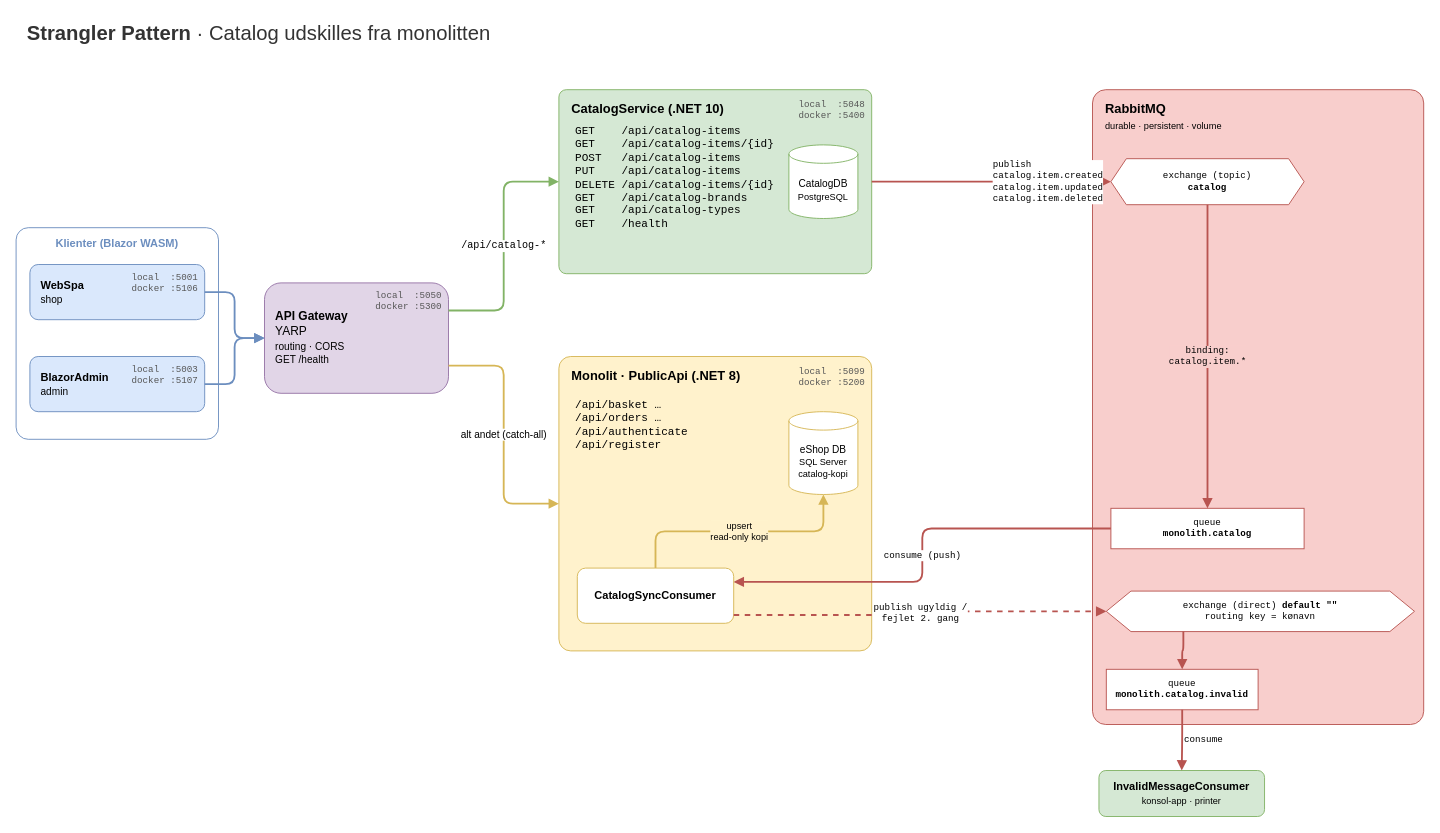
Before: docs/architecture.drawio in RasmusRosengaard/eShopWebHeadless, a draw.io diagram. Source tidied: cells renumbered, new cells numbered last; positions are measured from the earlier drawing's top-left corner, leaving out a move shared by most shapes. Both pictures are drawn from the tidied source at 92%, with x=0, y=0 at pixel (16, 16).
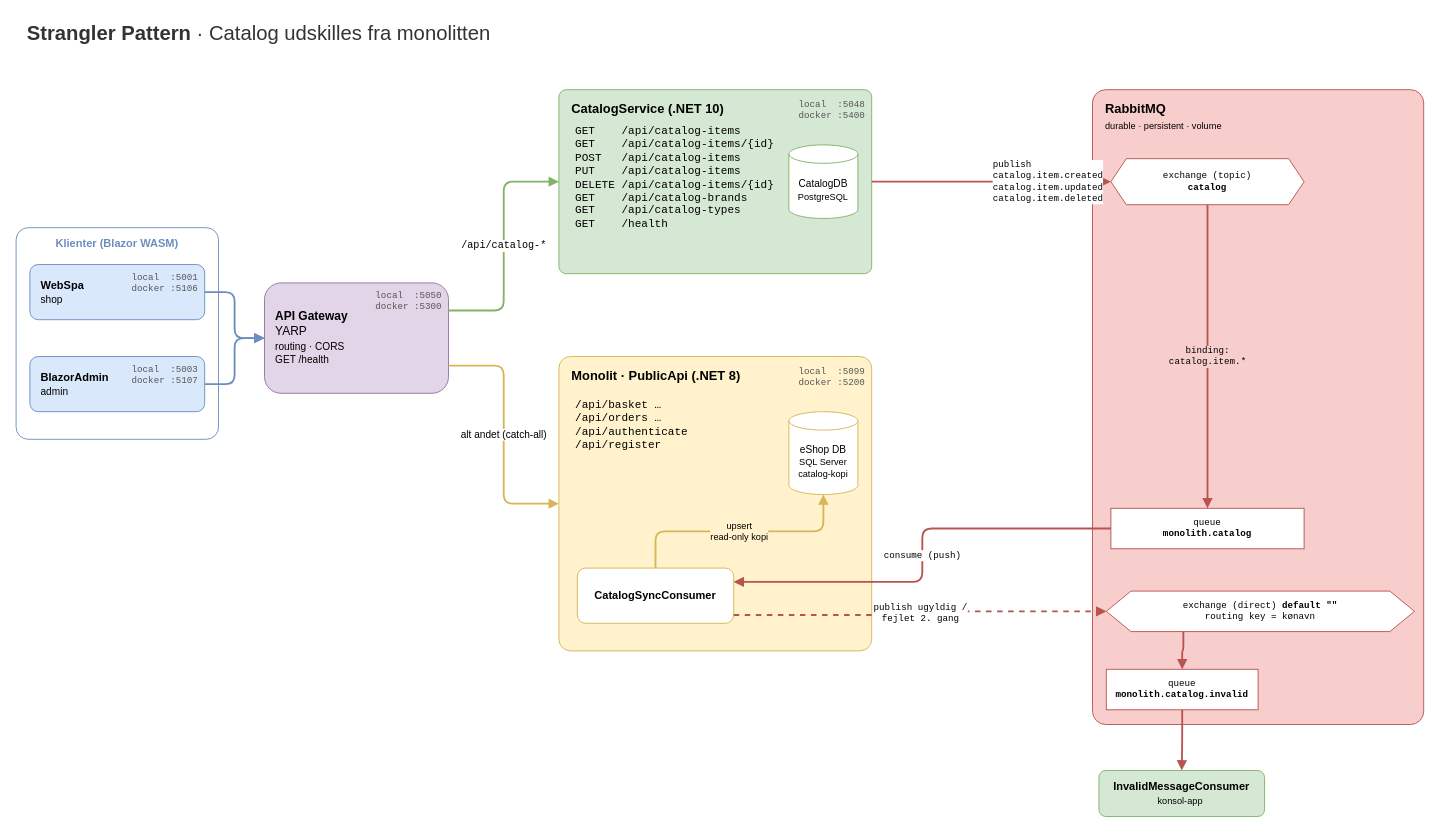
Above is the later version.

Unchanged cells that the change refers to:
```xml
<mxCell id="18" value="queue&lt;br&gt;&lt;b&gt;monolith.catalog.invalid&lt;/b&gt;" style="rounded=0;whiteSpace=wrap;html=1;fillColor=#ffffff;strokeColor=#b85450;strokeWidth=1;fontFamily=Courier New;fontSize=10;" parent="1" vertex="1">
  <mxGeometry x="1185" y="710" width="165" height="44" as="geometry" />
</mxCell>
```

What changed in the source:
```diff
@@
-    <mxCell id="34" value="&lt;b&gt;InvalidMessageConsumer&lt;/b&gt;&lt;br&gt;&lt;font style=&quot;font-size:10px&quot;&gt;konsol-app · printer&lt;/font&gt;" style="rounded=1;whiteSpace=wrap;html=1;fillColor=#d5e8d4;strokeColor=#82b366;fontSize=12;" parent="1" vertex="1">
+    <mxCell id="34" value="&lt;b&gt;InvalidMessageConsumer&lt;/b&gt;&lt;br&gt;&lt;font style=&quot;font-size:10px&quot;&gt;konsol-app&amp;nbsp;&lt;/font&gt;" style="rounded=1;whiteSpace=wrap;html=1;fillColor=#d5e8d4;strokeColor=#82b366;fontSize=12;" parent="1" vertex="1">
       <mxGeometry x="1177" y="820" width="180" height="50" as="geometry" />
     </mxCell>
-    <mxCell id="35" value="consume" style="edgeStyle=orthogonalEdgeStyle;rounded=1;html=1;endArrow=block;endFill=1;strokeColor=#b85450;strokeWidth=2;exitX=0.5;exitY=1;exitDx=0;exitDy=0;entryX=0.5;entryY=0;entryDx=0;entryDy=0;fontSize=10;fontFamily=Courier New;labelBackgroundColor=#ffffff;align=left;" parent="1" edge="1" source="18" target="34">
+    <mxCell id="35" style="edgeStyle=orthogonalEdgeStyle;rounded=1;html=1;endArrow=block;endFill=1;strokeColor=#b85450;strokeWidth=2;exitX=0.5;exitY=1;exitDx=0;exitDy=0;entryX=0.5;entryY=0;entryDx=0;entryDy=0;fontSize=10;fontFamily=Courier New;labelBackgroundColor=#ffffff;align=left;" parent="1" edge="1" source="18" target="34">
       <mxGeometry relative="1" as="geometry" />
     </mxCell>
```
